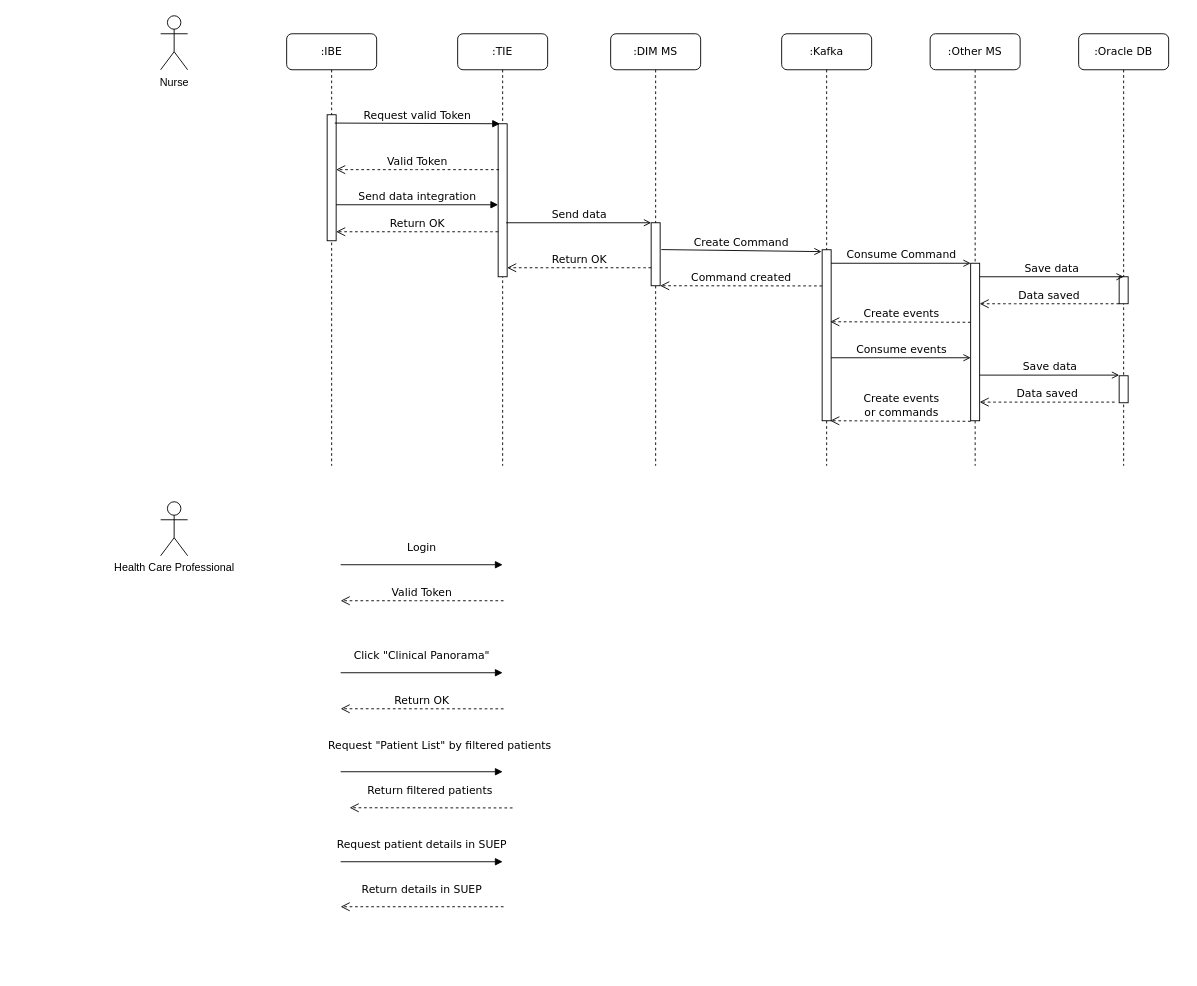
Before: VAC 1.0 - User access Patient List - Sequence Diagram.drawio in ez-philips/draw_io_diagrams, a draw.io diagram. Source tidied: cells renumbered, new cells numbered last; positions are measured from the earlier drawing's top-left corner, leaving out a move shared by most shapes. Both pictures are drawn from the tidied source at 90%, with x=0, y=0 at pixel (160, 15).
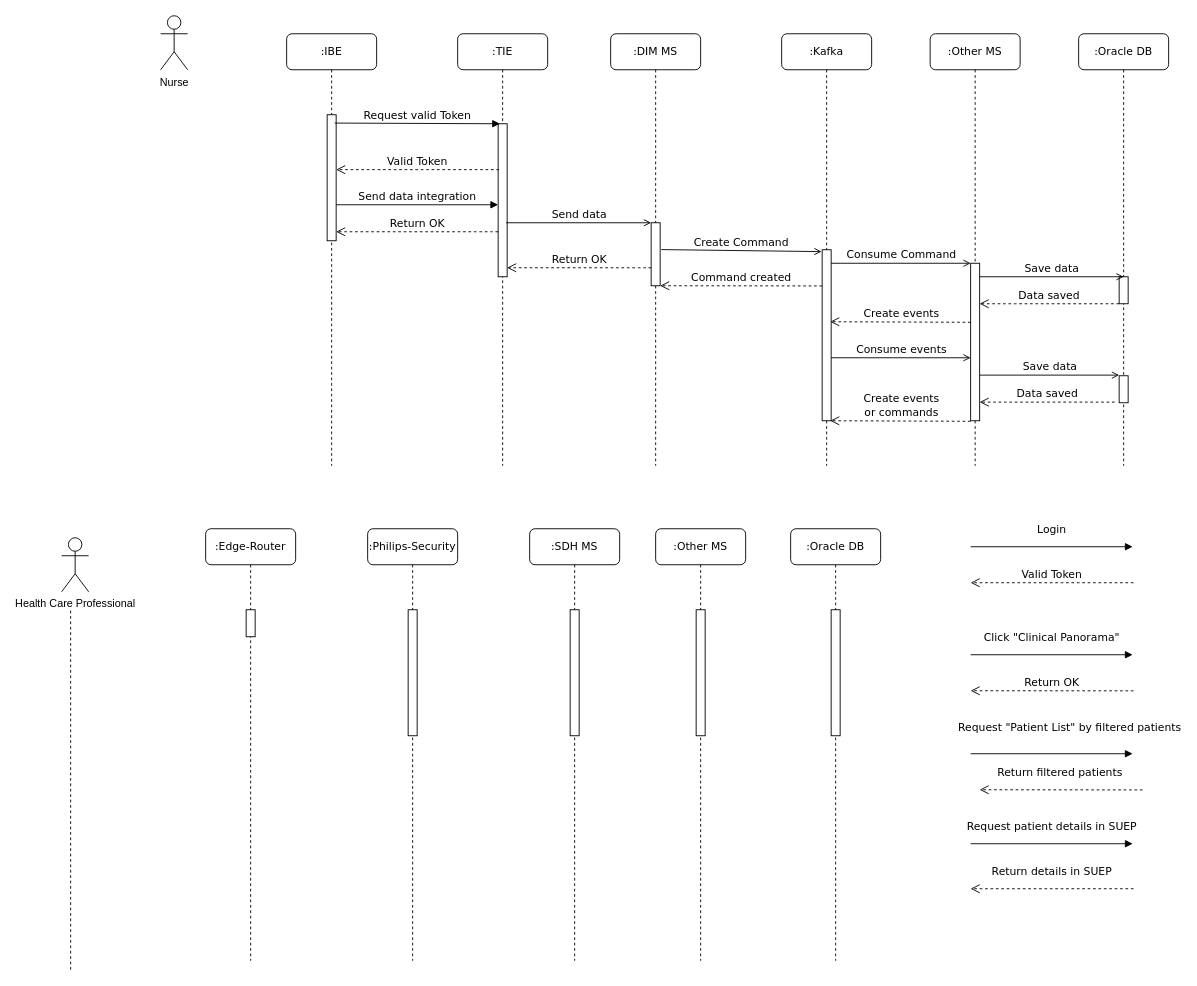
The same page after the edit.

Change to the diagram source:
```diff
@@
     <mxCell id="32" value="Login" style="html=1;verticalAlign=bottom;endArrow=block;labelBackgroundColor=none;fontFamily=Verdana;fontSize=12;exitX=1;exitY=0.529;exitDx=0;exitDy=0;exitPerimeter=0;" parent="1" edge="1">
       <mxGeometry y="10" relative="1" as="geometry">
-        <mxPoint x="200" y="610" as="sourcePoint" />
-        <mxPoint x="380" y="610" as="targetPoint" />
+        <mxPoint x="900" y="590" as="sourcePoint" />
+        <mxPoint x="1080" y="590" as="targetPoint" />
       </mxGeometry>
     </mxCell>
     <mxCell id="33" value="Valid Token" style="html=1;verticalAlign=bottom;endArrow=open;dashed=1;endSize=8;labelBackgroundColor=none;fontFamily=Verdana;fontSize=12;edgeStyle=elbowEdgeStyle;elbow=vertical;exitX=0.1;exitY=0.3;exitDx=0;exitDy=0;exitPerimeter=0;" parent="1" edge="1">
       <mxGeometry relative="1" as="geometry">
-        <mxPoint x="381" y="650" as="sourcePoint" />
-        <mxPoint x="200" y="650" as="targetPoint" />
+        <mxPoint x="1081" y="630" as="sourcePoint" />
+        <mxPoint x="900" y="630" as="targetPoint" />
       </mxGeometry>
     </mxCell>
     <mxCell id="34" value="Health Care Professional" style="shape=umlActor;verticalLabelPosition=bottom;verticalAlign=top;html=1;" parent="1" vertex="1">
-      <mxGeometry y="540" width="30" height="60" as="geometry" />
+      <mxGeometry x="-110" y="580" width="30" height="60" as="geometry" />
     </mxCell>
     <mxCell id="35" value="Click &quot;Clinical Panorama&quot;" style="html=1;verticalAlign=bottom;endArrow=block;labelBackgroundColor=none;fontFamily=Verdana;fontSize=12;exitX=1;exitY=0.529;exitDx=0;exitDy=0;exitPerimeter=0;" parent="1" edge="1">
       <mxGeometry y="10" relative="1" as="geometry">
-        <mxPoint x="200" y="730" as="sourcePoint" />
-        <mxPoint x="380" y="730" as="targetPoint" />
+        <mxPoint x="900" y="710" as="sourcePoint" />
+        <mxPoint x="1080" y="710" as="targetPoint" />
       </mxGeometry>
     </mxCell>
     <mxCell id="36" value="Return OK" style="html=1;verticalAlign=bottom;endArrow=open;dashed=1;endSize=8;labelBackgroundColor=none;fontFamily=Verdana;fontSize=12;edgeStyle=elbowEdgeStyle;elbow=vertical;exitX=0.1;exitY=0.3;exitDx=0;exitDy=0;exitPerimeter=0;" parent="1" edge="1">
       <mxGeometry relative="1" as="geometry">
-        <mxPoint x="381" y="770.1" as="sourcePoint" />
-        <mxPoint x="200" y="770.1" as="targetPoint" />
+        <mxPoint x="1081" y="750.1" as="sourcePoint" />
+        <mxPoint x="900" y="750.1" as="targetPoint" />
       </mxGeometry>
     </mxCell>
     <mxCell id="37" value="Request &quot;Patient List&quot; by filtered patients" style="html=1;verticalAlign=bottom;endArrow=block;labelBackgroundColor=none;fontFamily=Verdana;fontSize=12;exitX=1;exitY=0.529;exitDx=0;exitDy=0;exitPerimeter=0;" parent="1" edge="1">
       <mxGeometry x="0.22" y="20" relative="1" as="geometry">
-        <mxPoint x="200" y="840" as="sourcePoint" />
-        <mxPoint x="380" y="840" as="targetPoint" />
+        <mxPoint x="900" y="820" as="sourcePoint" />
+        <mxPoint x="1080" y="820" as="targetPoint" />
       </mxGeometry>
     </mxCell>
     <mxCell id="38" value="Return filtered patients" style="html=1;verticalAlign=bottom;endArrow=open;dashed=1;endSize=8;labelBackgroundColor=none;fontFamily=Verdana;fontSize=12;edgeStyle=elbowEdgeStyle;elbow=vertical;exitX=0.1;exitY=0.3;exitDx=0;exitDy=0;exitPerimeter=0;" parent="1" edge="1">
       <mxGeometry x="0.01" y="-10" relative="1" as="geometry">
-        <mxPoint x="391" y="880.2" as="sourcePoint" />
-        <mxPoint x="210" y="880.2" as="targetPoint" />
+        <mxPoint x="1091" y="860.2" as="sourcePoint" />
+        <mxPoint x="910" y="860.2" as="targetPoint" />
       </mxGeometry>
     </mxCell>
     <mxCell id="39" value="Request patient details in SUEP" style="html=1;verticalAlign=bottom;endArrow=block;labelBackgroundColor=none;fontFamily=Verdana;fontSize=12;exitX=1;exitY=0.529;exitDx=0;exitDy=0;exitPerimeter=0;" parent="1" edge="1">
       <mxGeometry y="10" relative="1" as="geometry">
-        <mxPoint x="200" y="940" as="sourcePoint" />
-        <mxPoint x="380" y="940" as="targetPoint" />
+        <mxPoint x="900" y="920" as="sourcePoint" />
+        <mxPoint x="1080" y="920" as="targetPoint" />
       </mxGeometry>
     </mxCell>
     <mxCell id="40" value="Return details in SUEP" style="html=1;verticalAlign=bottom;endArrow=open;dashed=1;endSize=8;labelBackgroundColor=none;fontFamily=Verdana;fontSize=12;edgeStyle=elbowEdgeStyle;elbow=vertical;exitX=0.1;exitY=0.3;exitDx=0;exitDy=0;exitPerimeter=0;" parent="1" edge="1">
       <mxGeometry x="0.01" y="-10" relative="1" as="geometry">
-        <mxPoint x="381" y="990" as="sourcePoint" />
-        <mxPoint x="200" y="990" as="targetPoint" />
+        <mxPoint x="1081" y="970" as="sourcePoint" />
+        <mxPoint x="900" y="970" as="targetPoint" />
       </mxGeometry>
     </mxCell>
+    <mxCell id="41" value=":Edge-Router" style="shape=umlLifeline;perimeter=lifelinePerimeter;whiteSpace=wrap;html=1;rounded=1;shadow=0;comic=0;labelBackgroundColor=none;strokeWidth=1;fontFamily=Verdana;fontSize=12;align=center;" parent="1" vertex="1">
+      <mxGeometry x="50" y="570" width="100" height="480" as="geometry" />
+    </mxCell>
+    <mxCell id="42" style="html=1;perimeter=orthogonalPerimeter;rounded=0;shadow=0;comic=0;labelBackgroundColor=none;strokeWidth=1;fontFamily=Verdana;fontSize=12;align=center;" parent="41" vertex="1">
+      <mxGeometry x="45" y="90" width="10" height="30" as="geometry" />
+    </mxCell>
+    <mxCell id="43" value=":Philips-Security" style="shape=umlLifeline;perimeter=lifelinePerimeter;whiteSpace=wrap;html=1;rounded=1;shadow=0;comic=0;labelBackgroundColor=none;strokeWidth=1;fontFamily=Verdana;fontSize=12;align=center;" parent="1" vertex="1">
+      <mxGeometry x="230" y="570" width="100" height="480" as="geometry" />
+    </mxCell>
+    <mxCell id="44" style="html=1;perimeter=orthogonalPerimeter;rounded=0;shadow=0;comic=0;labelBackgroundColor=none;strokeWidth=1;fontFamily=Verdana;fontSize=12;align=center;" parent="43" vertex="1">
+      <mxGeometry x="45" y="90" width="10" height="140" as="geometry" />
+    </mxCell>
+    <mxCell id="45" value=":SDH MS" style="shape=umlLifeline;perimeter=lifelinePerimeter;whiteSpace=wrap;html=1;rounded=1;shadow=0;comic=0;labelBackgroundColor=none;strokeWidth=1;fontFamily=Verdana;fontSize=12;align=center;" parent="1" vertex="1">
+      <mxGeometry x="410" y="570" width="100" height="480" as="geometry" />
+    </mxCell>
+    <mxCell id="46" style="html=1;perimeter=orthogonalPerimeter;rounded=0;shadow=0;comic=0;labelBackgroundColor=none;strokeWidth=1;fontFamily=Verdana;fontSize=12;align=center;" parent="45" vertex="1">
+      <mxGeometry x="45" y="90" width="10" height="140" as="geometry" />
+    </mxCell>
+    <mxCell id="47" value=":Other MS" style="shape=umlLifeline;perimeter=lifelinePerimeter;whiteSpace=wrap;html=1;rounded=1;shadow=0;comic=0;labelBackgroundColor=none;strokeWidth=1;fontFamily=Verdana;fontSize=12;align=center;" parent="1" vertex="1">
+      <mxGeometry x="550" y="570" width="100" height="480" as="geometry" />
+    </mxCell>
+    <mxCell id="48" style="html=1;perimeter=orthogonalPerimeter;rounded=0;shadow=0;comic=0;labelBackgroundColor=none;strokeWidth=1;fontFamily=Verdana;fontSize=12;align=center;" parent="47" vertex="1">
+      <mxGeometry x="45" y="90" width="10" height="140" as="geometry" />
+    </mxCell>
+    <mxCell id="49" value=":Oracle DB" style="shape=umlLifeline;perimeter=lifelinePerimeter;whiteSpace=wrap;html=1;rounded=1;shadow=0;comic=0;labelBackgroundColor=none;strokeWidth=1;fontFamily=Verdana;fontSize=12;align=center;" parent="1" vertex="1">
+      <mxGeometry x="700" y="570" width="100" height="480" as="geometry" />
+    </mxCell>
+    <mxCell id="50" style="html=1;perimeter=orthogonalPerimeter;rounded=0;shadow=0;comic=0;labelBackgroundColor=none;strokeWidth=1;fontFamily=Verdana;fontSize=12;align=center;" parent="49" vertex="1">
+      <mxGeometry x="45" y="90" width="10" height="140" as="geometry" />
+    </mxCell>
+    <mxCell id="51" style="endArrow=none;dashed=1;html=1;rounded=0;" parent="1" edge="1">
+      <mxGeometry relative="1" as="geometry">
+        <mxPoint x="-100" y="1060" as="sourcePoint" />
+        <mxPoint x="-100" y="660" as="targetPoint" />
+      </mxGeometry>
+    </mxCell>
```
